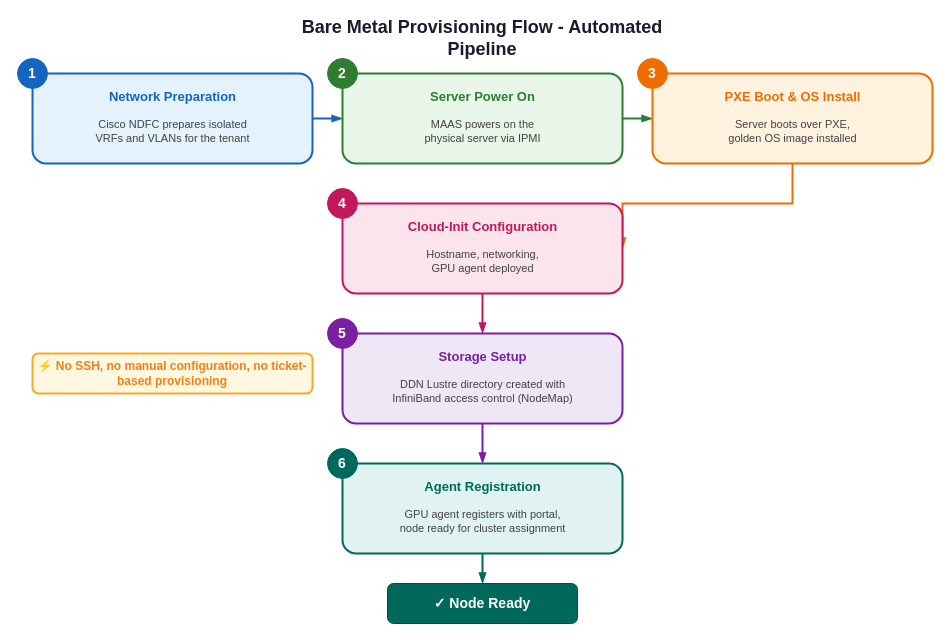
aamir939/Documentation keeps this draw.io diagram as docs/diagrams/bare-metal-provisioning.drawio. Above is the earlier version. Source tidied: cells renumbered, new cells numbered last; positions are measured from the earlier drawing's top-left corner, leaving out a move shared by most shapes. Both pictures are drawn from the tidied source at 100%, with x=0, y=0 at pixel (17, 23).
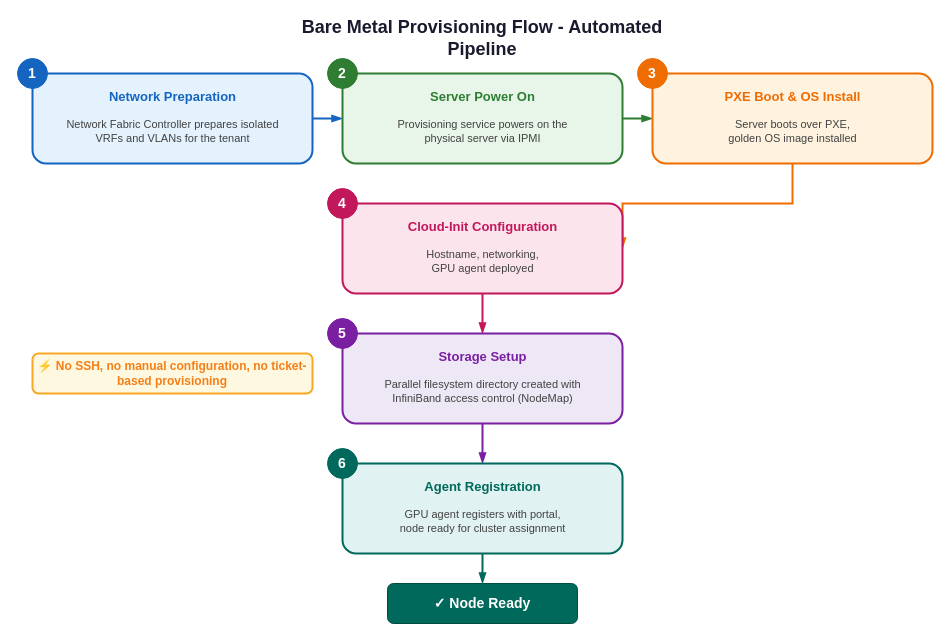
The same diagram, later.

Change to the diagram source:
```diff
@@
-    <mxCell id="6" value="Cisco NDFC prepares isolated&#10;VRFs and VLANs for the tenant" style="text;html=1;strokeColor=none;fillColor=none;align=center;verticalAlign=middle;fontSize=11;fontColor=#424242;" parent="1" vertex="1">
+    <mxCell id="6" value="Network Fabric Controller prepares isolated&#10;VRFs and VLANs for the tenant" style="text;html=1;strokeColor=none;fillColor=none;align=center;verticalAlign=middle;fontSize=11;fontColor=#424242;" parent="1" vertex="1">
       <mxGeometry x="15" y="85" width="280" height="45" as="geometry" />
     </mxCell>
@@
-    <mxCell id="11" value="MAAS powers on the&#10;physical server via IPMI" style="text;html=1;strokeColor=none;fillColor=none;align=center;verticalAlign=middle;fontSize=11;fontColor=#424242;" parent="1" vertex="1">
+    <mxCell id="11" value="Provisioning service powers on the&#10;physical server via IPMI" style="text;html=1;strokeColor=none;fillColor=none;align=center;verticalAlign=middle;fontSize=11;fontColor=#424242;" parent="1" vertex="1">
       <mxGeometry x="325" y="85" width="280" height="45" as="geometry" />
     </mxCell>
@@
-    <mxCell id="26" value="DDN Lustre directory created with&#10;InfiniBand access control (NodeMap)" style="text;html=1;strokeColor=none;fillColor=none;align=center;verticalAlign=middle;fontSize=11;fontColor=#424242;" parent="1" vertex="1">
+    <mxCell id="26" value="Parallel filesystem directory created with&#10;InfiniBand access control (NodeMap)" style="text;html=1;strokeColor=none;fillColor=none;align=center;verticalAlign=middle;fontSize=11;fontColor=#424242;" parent="1" vertex="1">
       <mxGeometry x="325" y="345" width="280" height="45" as="geometry" />
     </mxCell>
```
